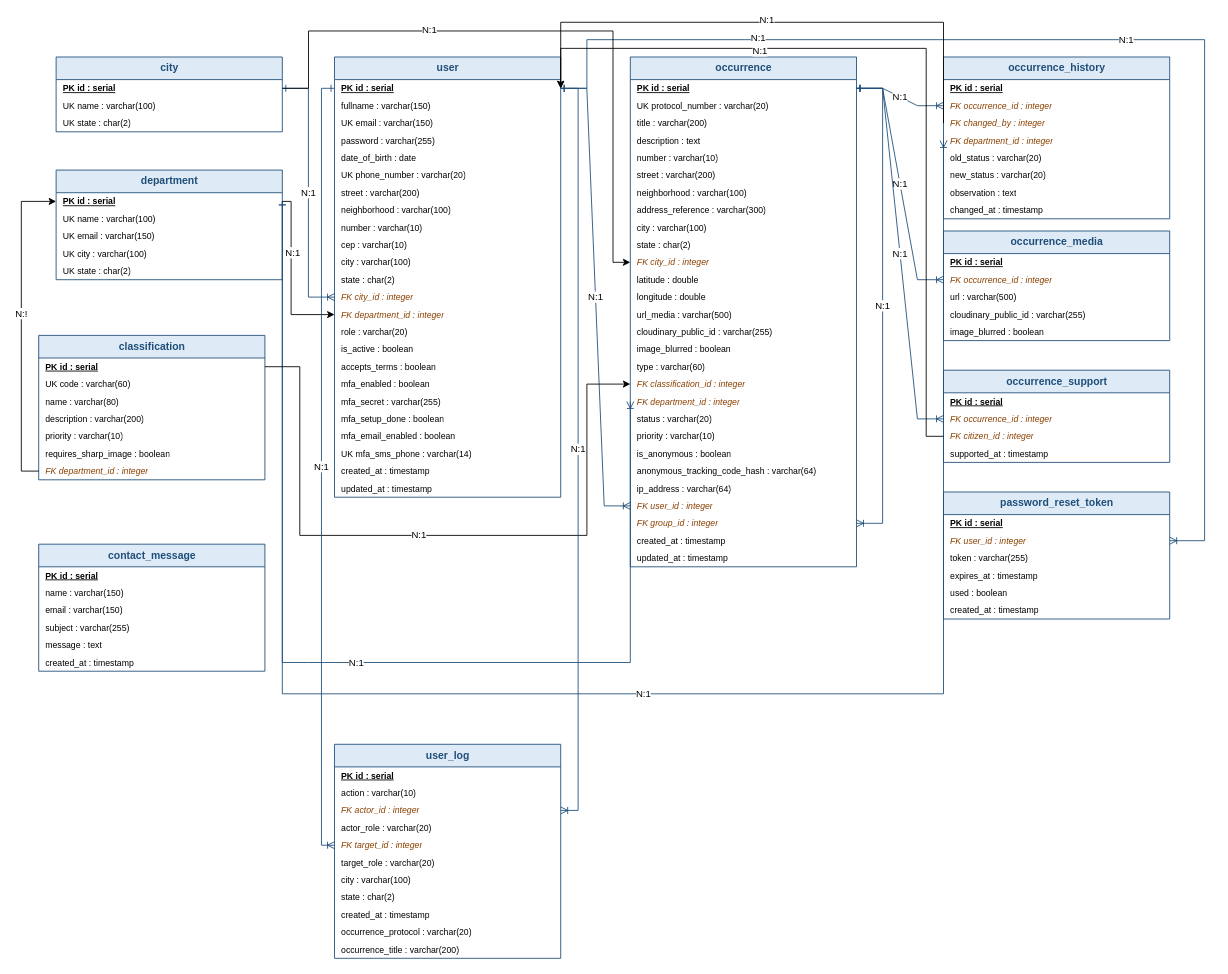
Earlier version of the draw.io diagram ApêndiceD-VisãodosDados/FalaCidade_DER_v4.drawio (RRomano00/ProjetoFinalDeCurso). Source tidied: cells renumbered, new cells numbered last; positions are measured from the earlier drawing's top-left corner, leaving out a move shared by most shapes. Both pictures are drawn from the tidied source at 87%, with x=0, y=0 at pixel (38, 22).
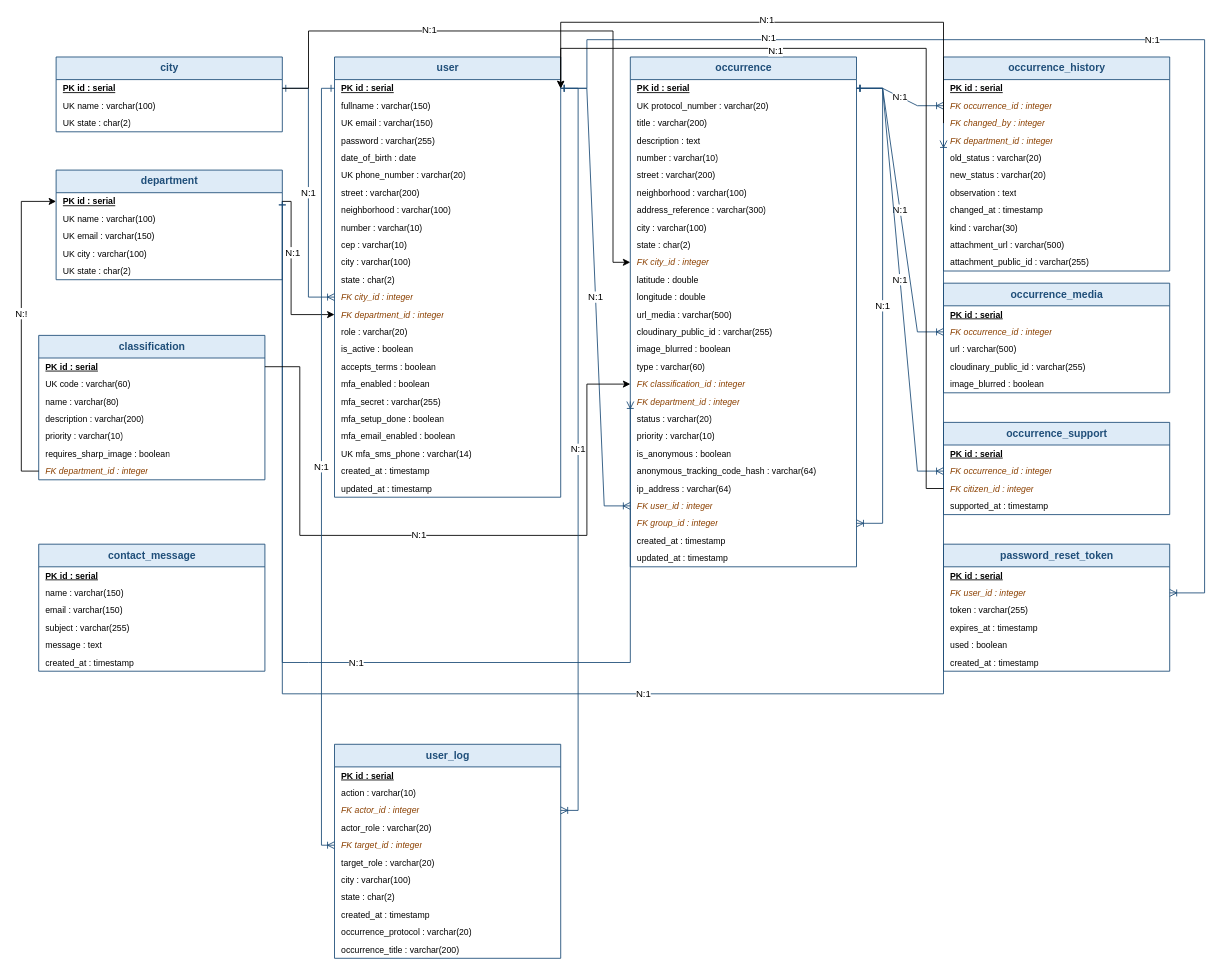
After the change.

Unchanged cells that the change refers to:
```xml
<mxCell id="28" value="PK id : serial" style="text;strokeColor=none;fillColor=none;align=left;verticalAlign=middle;spacingLeft=6;spacingRight=6;overflow=hidden;points=[[0,0.5],[1,0.5]];portConstraint=eastwest;whiteSpace=wrap;html=1;fontSize=10;fontStyle=5;" parent="27" vertex="1">
  <mxGeometry y="26" width="260" height="20" as="geometry" />
</mxCell>
<mxCell id="99" value="FK citizen_id : integer" style="text;strokeColor=none;fillColor=none;align=left;verticalAlign=middle;spacingLeft=6;spacingRight=6;overflow=hidden;points=[[0,0.5],[1,0.5]];portConstraint=eastwest;whiteSpace=wrap;html=1;fontSize=10;fontStyle=2;fontColor=#8B4000;" parent="96" vertex="1">
  <mxGeometry y="66" width="260" height="20" as="geometry" />
</mxCell>
<mxCell id="103" value="FK user_id : integer" style="text;strokeColor=none;fillColor=none;align=left;verticalAlign=middle;spacingLeft=6;spacingRight=6;overflow=hidden;points=[[0,0.5],[1,0.5]];portConstraint=eastwest;whiteSpace=wrap;html=1;fontSize=10;fontStyle=2;fontColor=#8B4000;" parent="101" vertex="1">
  <mxGeometry y="46" width="260" height="20" as="geometry" />
</mxCell>
```

Diff of the diagram source:
```diff
@@
     <mxCell id="81" value="occurrence_history" style="swimlane;fontStyle=1;horizontal=1;startSize=26;html=1;rounded=0;shadow=0;strokeColor=#1F4E79;fillColor=#DEEBF7;fontColor=#1F4E79;fontSize=12;align=center;" parent="1" vertex="1">
-      <mxGeometry x="1040" y="40" width="260" height="186" as="geometry" />
+      <mxGeometry x="1040" y="40" width="260" height="246" as="geometry" />
     </mxCell>
@@
+    <mxCell id="144" value="kind : varchar(30)" style="text;strokeColor=none;fillColor=none;align=left;verticalAlign=middle;spacingLeft=6;spacingRight=6;overflow=hidden;whiteSpace=wrap;html=1;fontSize=10;" parent="81" vertex="1">
+      <mxGeometry y="186" width="260" height="20" as="geometry" />
+    </mxCell>
+    <mxCell id="145" value="attachment_url : varchar(500)" style="text;strokeColor=none;fillColor=none;align=left;verticalAlign=middle;spacingLeft=6;spacingRight=6;overflow=hidden;whiteSpace=wrap;html=1;fontSize=10;" parent="81" vertex="1">
+      <mxGeometry y="206" width="260" height="20" as="geometry" />
+    </mxCell>
+    <mxCell id="146" value="attachment_public_id : varchar(255)" style="text;strokeColor=none;fillColor=none;align=left;verticalAlign=middle;spacingLeft=6;spacingRight=6;overflow=hidden;whiteSpace=wrap;html=1;fontSize=10;" parent="81" vertex="1">
+      <mxGeometry y="226" width="260" height="20" as="geometry" />
+    </mxCell>
     <mxCell id="90" value="occurrence_media" style="swimlane;fontStyle=1;horizontal=1;startSize=26;html=1;rounded=0;shadow=0;strokeColor=#1F4E79;fillColor=#DEEBF7;fontColor=#1F4E79;fontSize=12;align=center;" parent="1" vertex="1">
-      <mxGeometry x="1040" y="240" width="260" height="126" as="geometry" />
+      <mxGeometry x="1040" y="300" width="260" height="126" as="geometry" />
     </mxCell>
@@
     <mxCell id="96" value="occurrence_support" style="swimlane;fontStyle=1;horizontal=1;startSize=26;html=1;rounded=0;shadow=0;strokeColor=#1F4E79;fillColor=#DEEBF7;fontColor=#1F4E79;fontSize=12;align=center;" parent="1" vertex="1">
-      <mxGeometry x="1040" y="400" width="260" height="106" as="geometry" />
+      <mxGeometry x="1040" y="460" width="260" height="106" as="geometry" />
     </mxCell>
@@
     <mxCell id="101" value="password_reset_token" style="swimlane;fontStyle=1;horizontal=1;startSize=26;html=1;rounded=0;shadow=0;strokeColor=#1F4E79;fillColor=#DEEBF7;fontColor=#1F4E79;fontSize=12;align=center;" parent="1" vertex="1">
-      <mxGeometry x="1040" y="540" width="260" height="146" as="geometry" />
+      <mxGeometry x="1040" y="600" width="260" height="146" as="geometry" />
     </mxCell>
@@
     <mxCell id="116" value="N:1" style="edgeStyle=orthogonalEdgeStyle;rounded=0;html=1;endArrow=ERoneToMany;endFill=0;startArrow=ERone;startFill=0;strokeColor=#1F4E79;jettySize=auto;exitX=1;exitY=0.5;exitDx=0;exitDy=0;entryX=1;entryY=0.5;entryDx=0;entryDy=0;" parent="1" edge="1" source="28" target="103">
       <mxGeometry relative="1" as="geometry">
         <Array as="points">
           <mxPoint x="630.1" y="76.1" />
           <mxPoint x="630.1" y="20.1" />
           <mxPoint x="1340.1" y="20.1" />
-          <mxPoint x="1340.1" y="596.1" />
+          <mxPoint x="1340.1" y="656.1" />
         </Array>
       </mxGeometry>
     </mxCell>
@@
     <mxCell id="126" style="edgeStyle=orthogonalEdgeStyle;rounded=0;jettySize=auto;html=1;exitX=0;exitY=0.5;exitDx=0;exitDy=0;entryX=1;entryY=0.5;entryDx=0;entryDy=0;" parent="1" edge="1" source="99" target="28">
       <mxGeometry relative="1" as="geometry">
         <Array as="points">
-          <mxPoint x="1020.1" y="476.1" />
+          <mxPoint x="1020.1" y="536.1" />
           <mxPoint x="1020.1" y="30.1" />
           <mxPoint x="600.1" y="30.1" />
         </Array>
       </mxGeometry>
     </mxCell>
```
